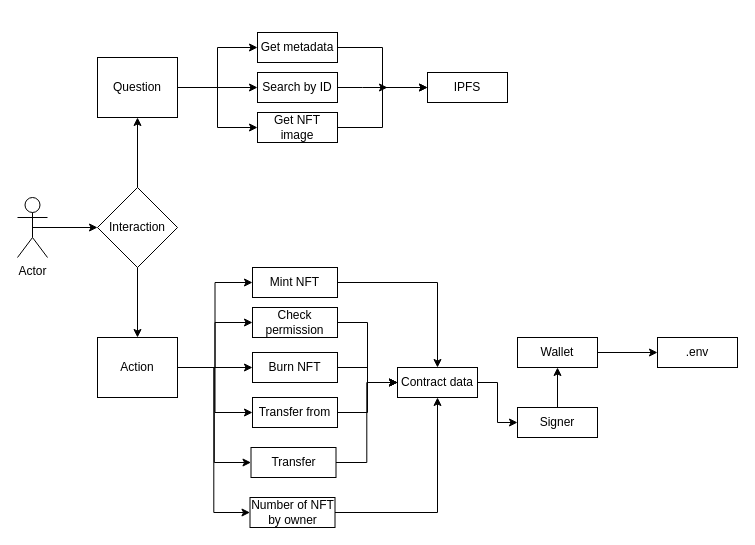
Encode-Club-Solidity-Group-14/project_week_03 keeps this draw.io diagram as architecture/nft.drawio. Above is the earlier version. Source tidied: cells renumbered, new cells numbered last; positions are measured from the earlier drawing's top-left corner, leaving out a move shared by most shapes. Both pictures are drawn from the tidied source at 100%, with x=0, y=0 at pixel (17, 32).
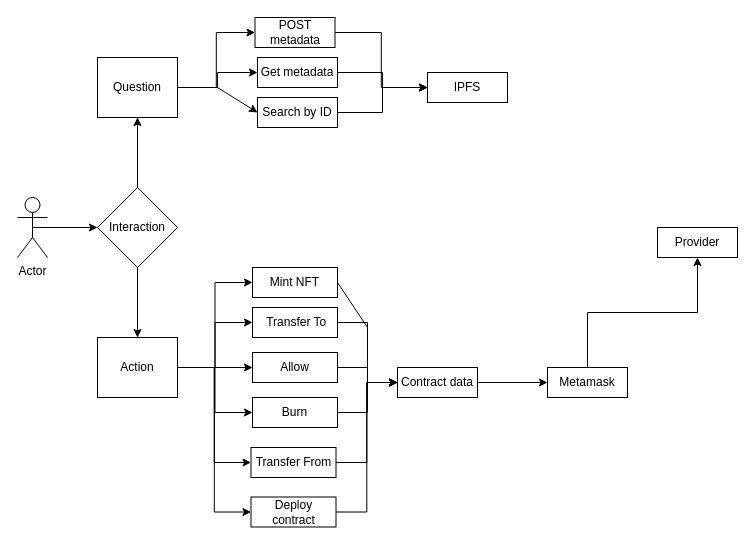
Above is the later version.

Unchanged cells that the change refers to:
```xml
<mxCell id="11" value="Action" style="rounded=0;whiteSpace=wrap;html=1;" parent="1" vertex="1">
  <mxGeometry x="80" y="305" width="80" height="60" as="geometry" />
</mxCell>
<mxCell id="14" value="Question" style="rounded=0;whiteSpace=wrap;html=1;" parent="1" vertex="1">
  <mxGeometry x="80" y="25" width="80" height="60" as="geometry" />
</mxCell>
<mxCell id="18" value="Mint NFT" style="rounded=0;whiteSpace=wrap;html=1;" parent="1" vertex="1">
  <mxGeometry x="235" y="235" width="85" height="30" as="geometry" />
</mxCell>
<mxCell id="36" value="IPFS" style="rounded=0;whiteSpace=wrap;html=1;" parent="1" vertex="1">
  <mxGeometry x="410" y="40" width="80" height="30" as="geometry" />
</mxCell>
<mxCell id="38" value="Contract data" style="rounded=0;whiteSpace=wrap;html=1;" parent="1" vertex="1">
  <mxGeometry x="380" y="335" width="80" height="30" as="geometry" />
</mxCell>
```

Diff of the diagram source:
```diff
@@
-    <mxCell id="10" style="edgeStyle=orthogonalEdgeStyle;rounded=0;jettySize=auto;html=1;exitX=1;exitY=0.5;exitDx=0;exitDy=0;entryX=0;entryY=0.5;entryDx=0;entryDy=0;" parent="1" edge="1" source="11" target="35">
-      <mxGeometry relative="1" as="geometry" />
-    </mxCell>
+    <mxCell id="44" style="edgeStyle=orthogonalEdgeStyle;rounded=0;jettySize=auto;html=1;exitX=1;exitY=0.5;exitDx=0;exitDy=0;entryX=0;entryY=0.5;entryDx=0;entryDy=0;" parent="1" edge="1" source="11" target="49">
+      <mxGeometry relative="1" as="geometry" />
+    </mxCell>
@@
-    <mxCell id="13" style="edgeStyle=orthogonalEdgeStyle;rounded=0;jettySize=auto;html=1;exitX=1;exitY=0.5;exitDx=0;exitDy=0;entryX=0;entryY=0.5;entryDx=0;entryDy=0;" parent="1" edge="1" source="14" target="30">
-      <mxGeometry relative="1" as="geometry" />
-    </mxCell>
+    <mxCell id="45" style="edgeStyle=orthogonalEdgeStyle;rounded=0;jettySize=auto;html=1;exitX=1;exitY=0.5;exitDx=0;exitDy=0;entryX=0;entryY=0.5;entryDx=0;entryDy=0;" parent="1" edge="1" source="14" target="51">
+      <mxGeometry relative="1" as="geometry" />
+    </mxCell>
@@
-    <mxCell id="17" style="edgeStyle=orthogonalEdgeStyle;rounded=0;jettySize=auto;html=1;exitX=1;exitY=0.5;exitDx=0;exitDy=0;" parent="1" edge="1" source="18" target="38">
-      <mxGeometry relative="1" as="geometry" />
-    </mxCell>
@@
     <mxCell id="20" value="Get metadata" style="rounded=0;whiteSpace=wrap;html=1;" parent="1" vertex="1">
-      <mxGeometry x="240" width="80" height="30" as="geometry" />
+      <mxGeometry x="240" y="25" width="80" height="30" as="geometry" />
     </mxCell>
@@
-    <mxCell id="22" value="Check permission" style="rounded=0;whiteSpace=wrap;html=1;" parent="1" vertex="1">
+    <mxCell id="22" value="&amp;nbsp;Transfer To" style="rounded=0;whiteSpace=wrap;html=1;" parent="1" vertex="1">
       <mxGeometry x="235" y="275" width="85" height="30" as="geometry" />
     </mxCell>
@@
-    <mxCell id="24" value="Burn NFT" style="rounded=0;whiteSpace=wrap;html=1;" parent="1" vertex="1">
+    <mxCell id="24" value="Allow" style="rounded=0;whiteSpace=wrap;html=1;" parent="1" vertex="1">
       <mxGeometry x="235" y="320" width="85" height="30" as="geometry" />
     </mxCell>
@@
-    <mxCell id="26" value="Transfer from" style="rounded=0;whiteSpace=wrap;html=1;" parent="1" vertex="1">
+    <mxCell id="26" value="Burn" style="rounded=0;whiteSpace=wrap;html=1;" parent="1" vertex="1">
       <mxGeometry x="235" y="365" width="85" height="30" as="geometry" />
     </mxCell>
-    <mxCell id="27" style="edgeStyle=orthogonalEdgeStyle;rounded=0;jettySize=auto;html=1;exitX=1;exitY=0.5;exitDx=0;exitDy=0;" parent="1" edge="1" source="28">
-      <mxGeometry relative="1" as="geometry">
-        <mxPoint x="370" y="55" as="targetPoint" />
-      </mxGeometry>
+    <mxCell id="27" style="edgeStyle=orthogonalEdgeStyle;rounded=0;jettySize=auto;html=1;exitX=1;exitY=0.5;exitDx=0;exitDy=0;entryX=0;entryY=0.5;entryDx=0;entryDy=0;" parent="1" edge="1" source="28" target="36">
+      <mxGeometry relative="1" as="geometry" />
     </mxCell>
     <mxCell id="28" value="Search by ID" style="rounded=0;whiteSpace=wrap;html=1;" parent="1" vertex="1">
-      <mxGeometry x="240" y="40" width="80" height="30" as="geometry" />
+      <mxGeometry x="240" y="65" width="80" height="30" as="geometry" />
     </mxCell>
-    <mxCell id="29" style="edgeStyle=orthogonalEdgeStyle;rounded=0;jettySize=auto;html=1;exitX=1;exitY=0.5;exitDx=0;exitDy=0;entryX=0;entryY=0.5;entryDx=0;entryDy=0;" parent="1" edge="1" source="30" target="36">
-      <mxGeometry relative="1" as="geometry" />
-    </mxCell>
-    <mxCell id="30" value="Get NFT image" style="rounded=0;whiteSpace=wrap;html=1;" parent="1" vertex="1">
-      <mxGeometry x="240" y="80" width="80" height="30" as="geometry" />
-    </mxCell>
@@
-    <mxCell id="33" value="Transfer" style="rounded=0;whiteSpace=wrap;html=1;" parent="1" vertex="1">
+    <mxCell id="33" value="Transfer From" style="rounded=0;whiteSpace=wrap;html=1;" parent="1" vertex="1">
       <mxGeometry x="233.5" y="415" width="85" height="30" as="geometry" />
     </mxCell>
-    <mxCell id="34" style="edgeStyle=orthogonalEdgeStyle;rounded=0;jettySize=auto;html=1;exitX=1;exitY=0.5;exitDx=0;exitDy=0;" parent="1" edge="1" source="35" target="38">
-      <mxGeometry relative="1" as="geometry" />
-    </mxCell>
-    <mxCell id="35" value="Number of NFT by owner" style="rounded=0;whiteSpace=wrap;html=1;" parent="1" vertex="1">
-      <mxGeometry x="232.5" y="465" width="85" height="30" as="geometry" />
-    </mxCell>
@@
-    <mxCell id="37" style="edgeStyle=orthogonalEdgeStyle;rounded=0;jettySize=auto;html=1;exitX=1;exitY=0.5;exitDx=0;exitDy=0;entryX=0;entryY=0.5;entryDx=0;entryDy=0;" parent="1" edge="1" source="38" target="42">
+    <mxCell id="37" style="edgeStyle=orthogonalEdgeStyle;rounded=0;jettySize=auto;html=1;entryX=0;entryY=0.5;entryDx=0;entryDy=0;" parent="1" edge="1" source="38" target="42">
       <mxGeometry relative="1" as="geometry" />
     </mxCell>
@@
-    <mxCell id="39" style="edgeStyle=orthogonalEdgeStyle;rounded=0;jettySize=auto;html=1;exitX=1;exitY=0.5;exitDx=0;exitDy=0;entryX=0;entryY=0.5;entryDx=0;entryDy=0;" parent="1" edge="1" source="40" target="43">
-      <mxGeometry relative="1" as="geometry" />
-    </mxCell>
-    <mxCell id="40" value="Wallet" style="rounded=0;whiteSpace=wrap;html=1;" parent="1" vertex="1">
-      <mxGeometry x="500" y="305" width="80" height="30" as="geometry" />
-    </mxCell>
-    <mxCell id="41" style="edgeStyle=orthogonalEdgeStyle;rounded=0;jettySize=auto;html=1;exitX=0.5;exitY=0;exitDx=0;exitDy=0;entryX=0.5;entryY=1;entryDx=0;entryDy=0;" parent="1" edge="1" source="42" target="40">
-      <mxGeometry relative="1" as="geometry" />
-    </mxCell>
+    <mxCell id="46" style="edgeStyle=orthogonalEdgeStyle;rounded=0;jettySize=auto;html=1;exitX=0.5;exitY=0;exitDx=0;exitDy=0;entryX=0.5;entryY=1;entryDx=0;entryDy=0;" parent="1" edge="1" source="42" target="47">
+      <mxGeometry relative="1" as="geometry" />
+    </mxCell>
-    <mxCell id="42" value="Signer" style="rounded=0;whiteSpace=wrap;html=1;" parent="1" vertex="1">
-      <mxGeometry x="500" y="375" width="80" height="30" as="geometry" />
+    <mxCell id="42" value="Metamask" style="rounded=0;whiteSpace=wrap;html=1;" parent="1" vertex="1">
+      <mxGeometry x="530" y="335" width="80" height="30" as="geometry" />
     </mxCell>
-    <mxCell id="43" value=".env" style="rounded=0;whiteSpace=wrap;html=1;" parent="1" vertex="1">
-      <mxGeometry x="640" y="305" width="80" height="30" as="geometry" />
-    </mxCell>
+    <mxCell id="47" value="Provider" style="rounded=0;whiteSpace=wrap;html=1;" parent="1" vertex="1">
+      <mxGeometry x="640" y="195" width="80" height="30" as="geometry" />
+    </mxCell>
+    <mxCell id="17" style="endArrow=classic;html=1;rounded=0;exitX=1;exitY=0.5;exitDx=0;exitDy=0;entryX=0;entryY=0.5;entryDx=0;entryDy=0;" parent="1" edge="1" source="18" target="38">
+      <mxGeometry relative="1" as="geometry">
+        <Array as="points">
+          <mxPoint x="350" y="295" />
+          <mxPoint x="350" y="350" />
+        </Array>
+      </mxGeometry>
+    </mxCell>
+    <mxCell id="48" style="edgeStyle=orthogonalEdgeStyle;rounded=0;jettySize=auto;html=1;exitX=1;exitY=0.5;exitDx=0;exitDy=0;entryX=0;entryY=0.5;entryDx=0;entryDy=0;" parent="1" edge="1" source="49" target="38">
+      <mxGeometry relative="1" as="geometry" />
+    </mxCell>
+    <mxCell id="49" value="Deploy contract" style="rounded=0;whiteSpace=wrap;html=1;" parent="1" vertex="1">
+      <mxGeometry x="233.5" y="464.5" width="85" height="30" as="geometry" />
+    </mxCell>
+    <mxCell id="50" style="edgeStyle=orthogonalEdgeStyle;rounded=0;jettySize=auto;html=1;exitX=1;exitY=0.5;exitDx=0;exitDy=0;entryX=0;entryY=0.5;entryDx=0;entryDy=0;" parent="1" edge="1" source="51" target="36">
+      <mxGeometry relative="1" as="geometry" />
+    </mxCell>
+    <mxCell id="51" value="POST metadata" style="rounded=0;whiteSpace=wrap;html=1;" parent="1" vertex="1">
+      <mxGeometry x="237.5" y="-15" width="80" height="30" as="geometry" />
+    </mxCell>
```
